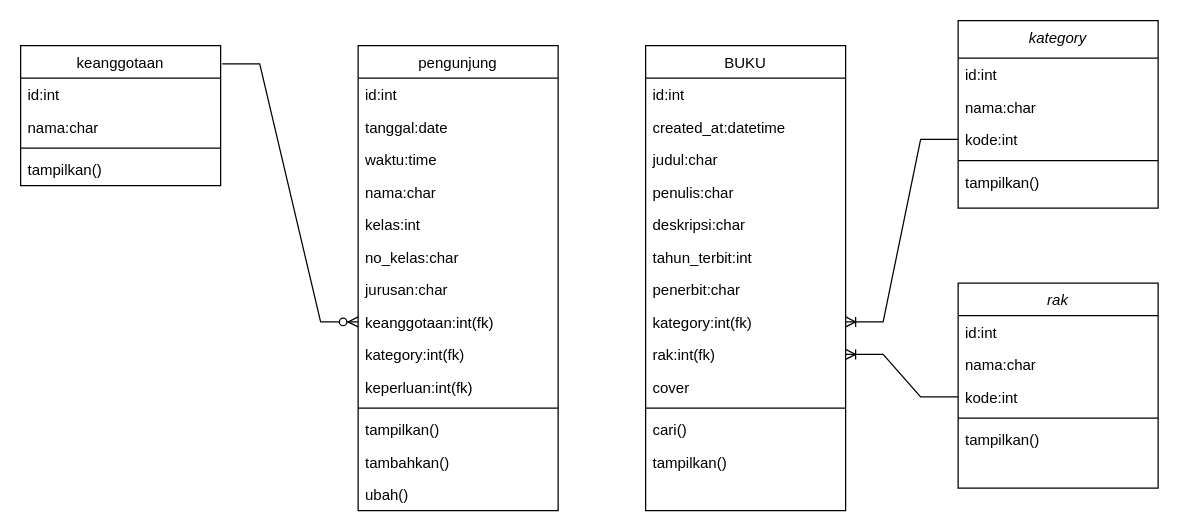
Above: usecasediagram.drawio in RIDHOSMKN4/tefa-perpusdigital (draw.io), before the change. Source tidied: cells renumbered, new cells numbered last; positions are measured from the earlier drawing's top-left corner, leaving out a move shared by most shapes. Both pictures are drawn from the tidied source at 125%, with x=0, y=0 at pixel (20, 20).
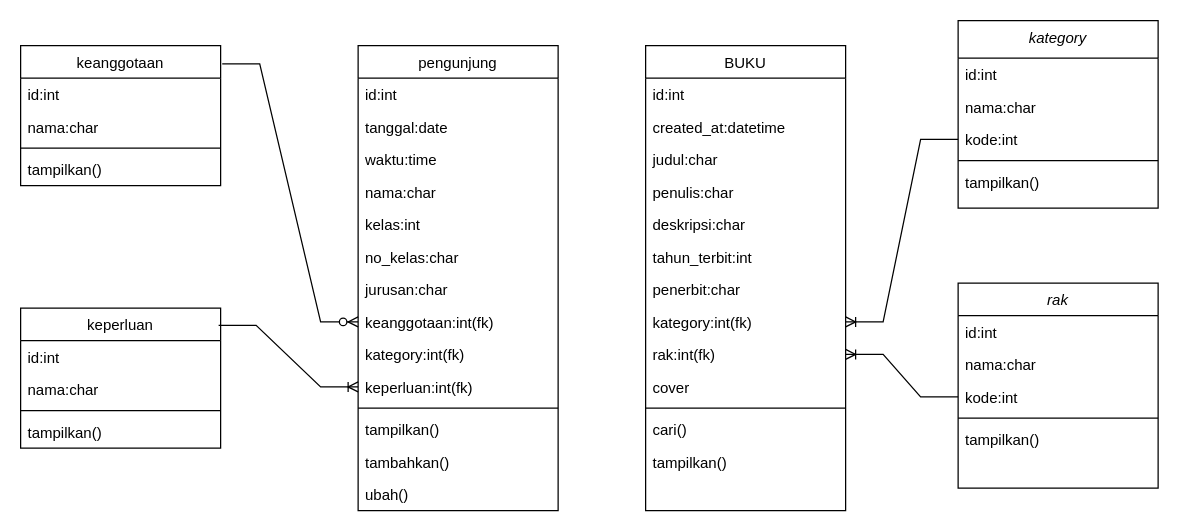
After the change.

The change refers to these unchanged cells:
```xml
<mxCell id="18" value="keperluan:int(fk)" style="text;align=left;verticalAlign=top;spacingLeft=4;spacingRight=4;overflow=hidden;points=[[0,0.5],[1,0.5]];portConstraint=eastwest;rounded=0;shadow=0;html=0;" parent="8" vertex="1">
  <mxGeometry y="260" width="160" height="26" as="geometry" />
</mxCell>
```

Change to the diagram source:
```diff
@@
+    <mxCell id="51" value="keperluan" style="swimlane;fontStyle=0;align=center;verticalAlign=top;horizontal=1;startSize=26;rounded=0;shadow=0;strokeWidth=1;" parent="1" vertex="1">
+      <mxGeometry y="230" width="160" height="112" as="geometry" />
+    </mxCell>
+    <mxCell id="52" value="id:int" style="text;align=left;verticalAlign=top;spacingLeft=4;spacingRight=4;overflow=hidden;" parent="51" vertex="1">
+      <mxGeometry y="26" width="160" height="26" as="geometry" />
+    </mxCell>
+    <mxCell id="53" value="nama:char" style="text;align=left;verticalAlign=top;spacingLeft=4;spacingRight=4;overflow=hidden;rounded=0;shadow=0;html=0;" parent="51" vertex="1">
+      <mxGeometry y="52" width="160" height="26" as="geometry" />
+    </mxCell>
+    <mxCell id="54" style="line;html=1;strokeWidth=1;align=left;verticalAlign=middle;spacingTop=-1;spacingLeft=3;spacingRight=3;labelPosition=right;" parent="51" vertex="1">
+      <mxGeometry y="78" width="160" height="8" as="geometry" />
+    </mxCell>
+    <mxCell id="55" value="tampilkan()" style="text;align=left;verticalAlign=top;spacingLeft=4;spacingRight=4;overflow=hidden;" parent="51" vertex="1">
+      <mxGeometry y="86" width="160" height="26" as="geometry" />
+    </mxCell>
+    <mxCell id="56" style="edgeStyle=entityRelationEdgeStyle;fontSize=12;html=1;endArrow=ERoneToMany;rounded=0;exitX=0.99;exitY=0.123;exitDx=0;exitDy=0;entryX=0;entryY=0.5;entryDx=0;entryDy=0;exitPerimeter=0;" parent="1" edge="1" source="51" target="18">
+      <mxGeometry relative="1" as="geometry">
+        <Array as="points">
+          <mxPoint x="750" y="210" />
+          <mxPoint x="750" y="150" />
+        </Array>
+      </mxGeometry>
+    </mxCell>
```
